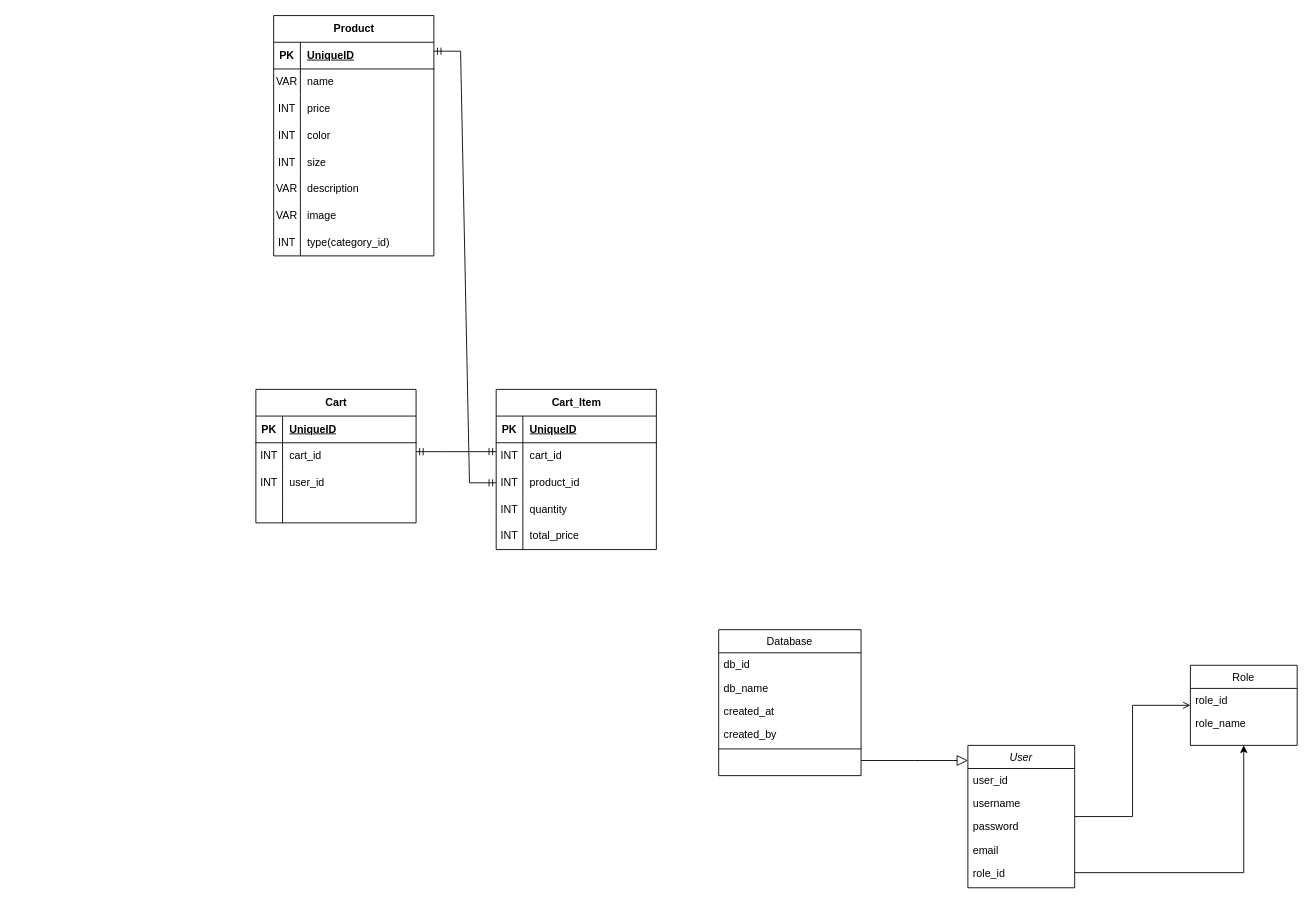
Above: Dự án 1 - Nhóm 1.drawio in ShiroNeee/du_an_1 (draw.io), before the change. Source tidied: cells renumbered, new cells numbered last; positions are measured from the earlier drawing's top-left corner, leaving out a move shared by most shapes. Both pictures are drawn from the tidied source at 89%, with x=0, y=0 at pixel (255, 15).
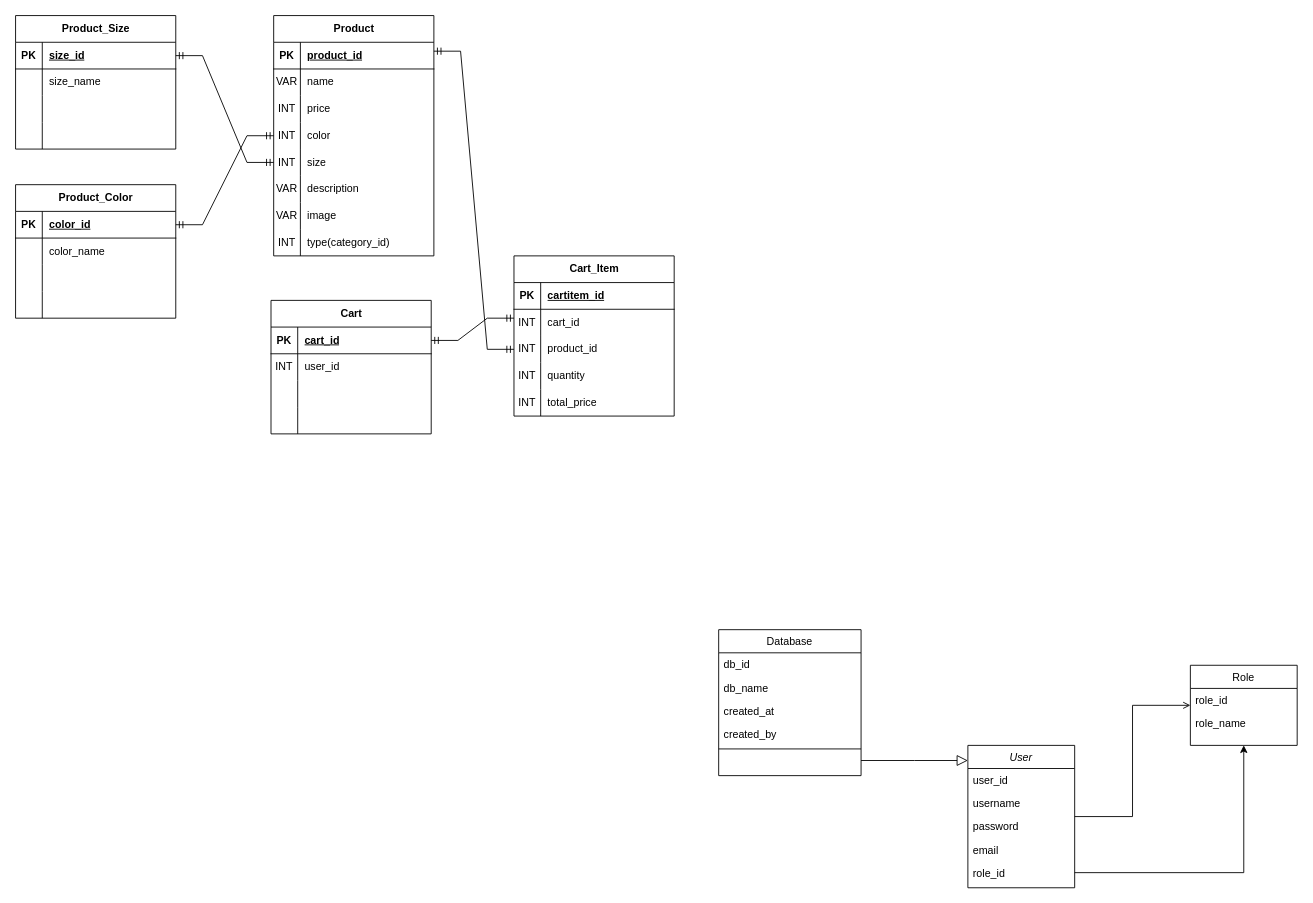
The same page after the edit.

Commit message:
Cập nhật Dự án 1 - Nhóm 1.drawio

The change refers to these unchanged cells:
```xml
<mxCell id="21" style="shape=tableRow;horizontal=0;startSize=0;swimlaneHead=0;swimlaneBody=0;fillColor=none;top=0;left=0;right=0;bottom=1;" parent="20" vertex="1">
  <mxGeometry y="30" width="180" height="30" as="geometry" />
</mxCell>
<mxCell id="30" style="shape=tableRow;horizontal=0;startSize=0;swimlaneHead=0;swimlaneBody=0;fillColor=none;points=[[0,0.5],[1,0.5]];portConstraint=eastwest;top=0;left=0;right=0;bottom=0;" parent="20" vertex="1">
  <mxGeometry y="120" width="180" height="30" as="geometry" />
</mxCell>
<mxCell id="33" style="shape=tableRow;horizontal=0;startSize=0;swimlaneHead=0;swimlaneBody=0;fillColor=none;points=[[0,0.5],[1,0.5]];portConstraint=eastwest;top=0;left=0;right=0;bottom=0;" parent="20" vertex="1">
  <mxGeometry y="150" width="180" height="30" as="geometry" />
</mxCell>
<mxCell id="46" style="shape=tableRow;horizontal=0;startSize=0;swimlaneHead=0;swimlaneBody=0;fillColor=none;points=[[0,0.5],[1,0.5]];portConstraint=eastwest;top=0;left=0;right=0;bottom=1;" parent="45" vertex="1">
  <mxGeometry y="30" width="180" height="30" as="geometry" />
</mxCell>
<mxCell id="49" style="shape=tableRow;horizontal=0;startSize=0;swimlaneHead=0;swimlaneBody=0;fillColor=none;top=0;left=0;right=0;bottom=0;" parent="45" vertex="1">
  <mxGeometry y="60" width="180" height="30" as="geometry" />
</mxCell>
<mxCell id="52" style="shape=tableRow;horizontal=0;startSize=0;swimlaneHead=0;swimlaneBody=0;fillColor=none;top=0;left=0;right=0;bottom=0;" parent="45" vertex="1">
  <mxGeometry y="90" width="180" height="30" as="geometry" />
</mxCell>
<mxCell id="59" style="shape=tableRow;horizontal=0;startSize=0;swimlaneHead=0;swimlaneBody=0;fillColor=none;top=0;left=0;right=0;bottom=1;" parent="58" vertex="1">
  <mxGeometry y="30" width="180" height="30" as="geometry" />
</mxCell>
<mxCell id="62" style="shape=tableRow;horizontal=0;startSize=0;swimlaneHead=0;swimlaneBody=0;fillColor=none;points=[[0,0.5],[1,0.5]];portConstraint=eastwest;top=0;left=0;right=0;bottom=0;" parent="58" vertex="1">
  <mxGeometry y="60" width="180" height="30" as="geometry" />
</mxCell>
```

What changed in the source:
```diff
@@
-    <mxCell id="23" value="UniqueID" style="shape=partialRectangle;fillColor=none;top=0;left=0;bottom=0;right=0;align=left;spacingLeft=6;fontStyle=5;overflow=hidden;whiteSpace=wrap;html=1;" parent="21" vertex="1">
+    <mxCell id="23" value="product_id" style="shape=partialRectangle;fillColor=none;top=0;left=0;bottom=0;right=0;align=left;spacingLeft=6;fontStyle=5;overflow=hidden;whiteSpace=wrap;html=1;" parent="21" vertex="1">
       <mxGeometry x="30" width="150" height="30" as="geometry" />
     </mxCell>
@@
     <mxCell id="45" value="Cart" style="shape=table;startSize=30;childLayout=tableLayout;rowLines=0;fontStyle=1;align=center;html=1;" parent="1" vertex="1">
-      <mxGeometry y="420" width="180" height="150" as="geometry" />
+      <mxGeometry x="17" y="320" width="180" height="150" as="geometry" />
     </mxCell>
@@
-    <mxCell id="48" value="UniqueID" style="shape=partialRectangle;fillColor=none;top=0;left=0;bottom=0;right=0;align=left;spacingLeft=6;fontStyle=5;overflow=hidden;whiteSpace=wrap;html=1;" parent="46" vertex="1">
+    <mxCell id="48" value="cart_id" style="shape=partialRectangle;fillColor=none;top=0;left=0;bottom=0;right=0;align=left;spacingLeft=6;fontStyle=5;overflow=hidden;whiteSpace=wrap;html=1;" parent="46" vertex="1">
       <mxGeometry x="30" width="150" height="30" as="geometry" />
     </mxCell>
@@
-    <mxCell id="51" value="cart_id" style="shape=partialRectangle;fillColor=none;top=0;left=0;bottom=0;right=0;align=left;spacingLeft=6;overflow=hidden;whiteSpace=wrap;html=1;" parent="49" vertex="1">
+    <mxCell id="51" value="user_id" style="shape=partialRectangle;fillColor=none;top=0;left=0;bottom=0;right=0;align=left;spacingLeft=6;overflow=hidden;whiteSpace=wrap;html=1;" parent="49" vertex="1">
       <mxGeometry x="30" width="150" height="30" as="geometry" />
     </mxCell>
@@
-    <mxCell id="53" value="INT" style="shape=partialRectangle;fillColor=none;top=0;left=0;bottom=0;right=0;overflow=hidden;whiteSpace=wrap;html=1;" parent="52" vertex="1">
+    <mxCell id="53" style="shape=partialRectangle;fillColor=none;top=0;left=0;bottom=0;right=0;overflow=hidden;whiteSpace=wrap;html=1;" parent="52" vertex="1">
       <mxGeometry width="30" height="30" as="geometry" />
     </mxCell>
-    <mxCell id="54" value="user_id" style="shape=partialRectangle;fillColor=none;top=0;left=0;bottom=0;right=0;align=left;spacingLeft=6;overflow=hidden;whiteSpace=wrap;html=1;" parent="52" vertex="1">
+    <mxCell id="54" style="shape=partialRectangle;fillColor=none;top=0;left=0;bottom=0;right=0;align=left;spacingLeft=6;overflow=hidden;whiteSpace=wrap;html=1;" parent="52" vertex="1">
       <mxGeometry x="30" width="150" height="30" as="geometry" />
     </mxCell>
@@
     <mxCell id="58" value="Cart_Item" style="shape=table;startSize=30;childLayout=tableLayout;rowLines=0;fontStyle=1;align=center;html=1;" parent="1" vertex="1">
-      <mxGeometry x="270" y="420" width="180" height="180" as="geometry" />
+      <mxGeometry x="290" y="270" width="180" height="180" as="geometry" />
     </mxCell>
@@
-    <mxCell id="61" value="UniqueID" style="shape=partialRectangle;fillColor=none;top=0;left=0;bottom=0;right=0;align=left;spacingLeft=6;fontStyle=5;overflow=hidden;whiteSpace=wrap;html=1;" parent="59" vertex="1">
+    <mxCell id="61" value="cartitem_id" style="shape=partialRectangle;fillColor=none;top=0;left=0;bottom=0;right=0;align=left;spacingLeft=6;fontStyle=5;overflow=hidden;whiteSpace=wrap;html=1;" parent="59" vertex="1">
       <mxGeometry x="30" width="150" height="30" as="geometry" />
     </mxCell>
@@
-    <mxCell id="74" style="edgeStyle=entityRelationEdgeStyle;fontSize=12;html=1;endArrow=ERmandOne;startArrow=ERmandOne;rounded=0;entryX=0;entryY=0.333;entryDx=0;entryDy=0;entryPerimeter=0;" parent="1" edge="1" target="62">
-      <mxGeometry relative="1" as="geometry">
-        <mxPoint x="180" y="490" as="sourcePoint" />
-      </mxGeometry>
+    <mxCell id="74" style="edgeStyle=entityRelationEdgeStyle;fontSize=12;html=1;endArrow=ERmandOne;startArrow=ERmandOne;rounded=0;entryX=0;entryY=0.333;entryDx=0;entryDy=0;entryPerimeter=0;" parent="1" edge="1" source="46" target="62">
+      <mxGeometry relative="1" as="geometry" />
     </mxCell>
@@
+    <mxCell id="76" value="Product_Size" style="shape=table;startSize=30;childLayout=tableLayout;rowLines=0;fontStyle=1;align=center;html=1;" parent="1" vertex="1">
+      <mxGeometry x="-270" width="180" height="150" as="geometry" />
+    </mxCell>
+    <mxCell id="77" style="shape=tableRow;horizontal=0;startSize=0;swimlaneHead=0;swimlaneBody=0;fillColor=none;points=[[0,0.5],[1,0.5]];portConstraint=eastwest;top=0;left=0;right=0;bottom=1;" parent="76" vertex="1">
+      <mxGeometry y="30" width="180" height="30" as="geometry" />
+    </mxCell>
+    <mxCell id="78" value="PK" style="shape=partialRectangle;fillColor=none;top=0;left=0;bottom=0;right=0;fontStyle=1;overflow=hidden;whiteSpace=wrap;html=1;" parent="77" vertex="1">
+      <mxGeometry width="30" height="30" as="geometry" />
+    </mxCell>
+    <mxCell id="79" value="size_id" style="shape=partialRectangle;fillColor=none;top=0;left=0;bottom=0;right=0;align=left;spacingLeft=6;fontStyle=5;overflow=hidden;whiteSpace=wrap;html=1;" parent="77" vertex="1">
+      <mxGeometry x="30" width="150" height="30" as="geometry" />
+    </mxCell>
+    <mxCell id="80" style="shape=tableRow;horizontal=0;startSize=0;swimlaneHead=0;swimlaneBody=0;fillColor=none;top=0;left=0;right=0;bottom=0;" parent="76" vertex="1">
+      <mxGeometry y="60" width="180" height="30" as="geometry" />
+    </mxCell>
+    <mxCell id="81" style="shape=partialRectangle;fillColor=none;top=0;left=0;bottom=0;right=0;overflow=hidden;whiteSpace=wrap;html=1;" parent="80" vertex="1">
+      <mxGeometry width="30" height="30" as="geometry" />
+    </mxCell>
+    <mxCell id="82" value="size_name" style="shape=partialRectangle;fillColor=none;top=0;left=0;bottom=0;right=0;align=left;spacingLeft=6;overflow=hidden;whiteSpace=wrap;html=1;" parent="80" vertex="1">
+      <mxGeometry x="30" width="150" height="30" as="geometry" />
+    </mxCell>
+    <mxCell id="83" style="shape=tableRow;horizontal=0;startSize=0;swimlaneHead=0;swimlaneBody=0;fillColor=none;top=0;left=0;right=0;bottom=0;" parent="76" vertex="1">
+      <mxGeometry y="90" width="180" height="30" as="geometry" />
+    </mxCell>
+    <mxCell id="84" style="shape=partialRectangle;fillColor=none;top=0;left=0;bottom=0;right=0;overflow=hidden;whiteSpace=wrap;html=1;" parent="83" vertex="1">
+      <mxGeometry width="30" height="30" as="geometry" />
+    </mxCell>
+    <mxCell id="85" style="shape=partialRectangle;fillColor=none;top=0;left=0;bottom=0;right=0;align=left;spacingLeft=6;overflow=hidden;whiteSpace=wrap;html=1;" parent="83" vertex="1">
+      <mxGeometry x="30" width="150" height="30" as="geometry" />
+    </mxCell>
+    <mxCell id="86" style="shape=tableRow;horizontal=0;startSize=0;swimlaneHead=0;swimlaneBody=0;fillColor=none;top=0;left=0;right=0;bottom=0;" parent="76" vertex="1">
+      <mxGeometry y="120" width="180" height="30" as="geometry" />
+    </mxCell>
+    <mxCell id="87" style="shape=partialRectangle;fillColor=none;top=0;left=0;bottom=0;right=0;overflow=hidden;whiteSpace=wrap;html=1;" parent="86" vertex="1">
+      <mxGeometry width="30" height="30" as="geometry" />
+    </mxCell>
+    <mxCell id="88" style="shape=partialRectangle;fillColor=none;top=0;left=0;bottom=0;right=0;align=left;spacingLeft=6;overflow=hidden;whiteSpace=wrap;html=1;" parent="86" vertex="1">
+      <mxGeometry x="30" width="150" height="30" as="geometry" />
+    </mxCell>
+    <mxCell id="89" value="Product_Color" style="shape=table;startSize=30;childLayout=tableLayout;rowLines=0;fontStyle=1;align=center;html=1;" parent="1" vertex="1">
+      <mxGeometry x="-270" y="190" width="180" height="150" as="geometry" />
+    </mxCell>
+    <mxCell id="90" style="shape=tableRow;horizontal=0;startSize=0;swimlaneHead=0;swimlaneBody=0;fillColor=none;points=[[0,0.5],[1,0.5]];portConstraint=eastwest;top=0;left=0;right=0;bottom=1;" parent="89" vertex="1">
+      <mxGeometry y="30" width="180" height="30" as="geometry" />
+    </mxCell>
+    <mxCell id="91" value="PK" style="shape=partialRectangle;fillColor=none;top=0;left=0;bottom=0;right=0;fontStyle=1;overflow=hidden;whiteSpace=wrap;html=1;" parent="90" vertex="1">
+      <mxGeometry width="30" height="30" as="geometry" />
+    </mxCell>
+    <mxCell id="92" value="color_id" style="shape=partialRectangle;fillColor=none;top=0;left=0;bottom=0;right=0;align=left;spacingLeft=6;fontStyle=5;overflow=hidden;whiteSpace=wrap;html=1;" parent="90" vertex="1">
+      <mxGeometry x="30" width="150" height="30" as="geometry" />
+    </mxCell>
+    <mxCell id="93" style="shape=tableRow;horizontal=0;startSize=0;swimlaneHead=0;swimlaneBody=0;fillColor=none;top=0;left=0;right=0;bottom=0;" parent="89" vertex="1">
+      <mxGeometry y="60" width="180" height="30" as="geometry" />
+    </mxCell>
+    <mxCell id="94" style="shape=partialRectangle;fillColor=none;top=0;left=0;bottom=0;right=0;overflow=hidden;whiteSpace=wrap;html=1;" parent="93" vertex="1">
+      <mxGeometry width="30" height="30" as="geometry" />
+    </mxCell>
+    <mxCell id="95" value="color_name&amp;nbsp;" style="shape=partialRectangle;fillColor=none;top=0;left=0;bottom=0;right=0;align=left;spacingLeft=6;overflow=hidden;whiteSpace=wrap;html=1;" parent="93" vertex="1">
+      <mxGeometry x="30" width="150" height="30" as="geometry" />
+    </mxCell>
+    <mxCell id="96" style="shape=tableRow;horizontal=0;startSize=0;swimlaneHead=0;swimlaneBody=0;fillColor=none;top=0;left=0;right=0;bottom=0;" parent="89" vertex="1">
+      <mxGeometry y="90" width="180" height="30" as="geometry" />
+    </mxCell>
+    <mxCell id="97" style="shape=partialRectangle;fillColor=none;top=0;left=0;bottom=0;right=0;overflow=hidden;whiteSpace=wrap;html=1;" parent="96" vertex="1">
+      <mxGeometry width="30" height="30" as="geometry" />
+    </mxCell>
+    <mxCell id="98" style="shape=partialRectangle;fillColor=none;top=0;left=0;bottom=0;right=0;align=left;spacingLeft=6;overflow=hidden;whiteSpace=wrap;html=1;" parent="96" vertex="1">
+      <mxGeometry x="30" width="150" height="30" as="geometry" />
+    </mxCell>
+    <mxCell id="99" style="shape=tableRow;horizontal=0;startSize=0;swimlaneHead=0;swimlaneBody=0;fillColor=none;top=0;left=0;right=0;bottom=0;" parent="89" vertex="1">
+      <mxGeometry y="120" width="180" height="30" as="geometry" />
+    </mxCell>
+    <mxCell id="100" style="shape=partialRectangle;fillColor=none;top=0;left=0;bottom=0;right=0;overflow=hidden;whiteSpace=wrap;html=1;" parent="99" vertex="1">
+      <mxGeometry width="30" height="30" as="geometry" />
+    </mxCell>
+    <mxCell id="101" style="shape=partialRectangle;fillColor=none;top=0;left=0;bottom=0;right=0;align=left;spacingLeft=6;overflow=hidden;whiteSpace=wrap;html=1;" parent="99" vertex="1">
+      <mxGeometry x="30" width="150" height="30" as="geometry" />
+    </mxCell>
+    <mxCell id="102" style="edgeStyle=entityRelationEdgeStyle;fontSize=12;html=1;endArrow=ERmandOne;startArrow=ERmandOne;rounded=0;" parent="1" edge="1" source="77" target="33">
+      <mxGeometry relative="1" as="geometry" />
+    </mxCell>
+    <mxCell id="103" style="edgeStyle=entityRelationEdgeStyle;fontSize=12;html=1;endArrow=ERmandOne;startArrow=ERmandOne;rounded=0;" parent="1" edge="1" source="90" target="30">
+      <mxGeometry relative="1" as="geometry" />
+    </mxCell>
```
